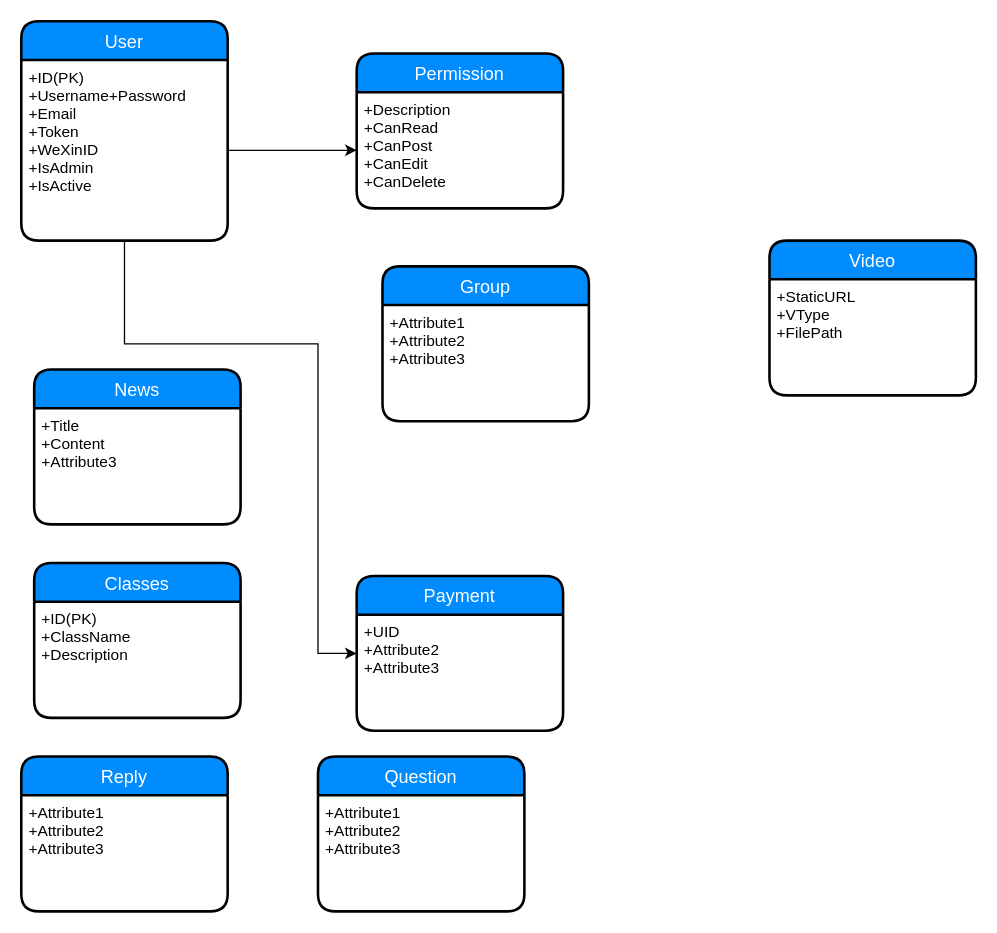
This is 51cloudclass.drawio from yangwawa0323/5117xue, a draw.io file, before an edit. Source tidied: cells renumbered, new cells numbered last; positions are measured from the earlier drawing's top-left corner, leaving out a move shared by most shapes. Both pictures are drawn from the tidied source at 129%, with x=0, y=0 at pixel (21, 21).
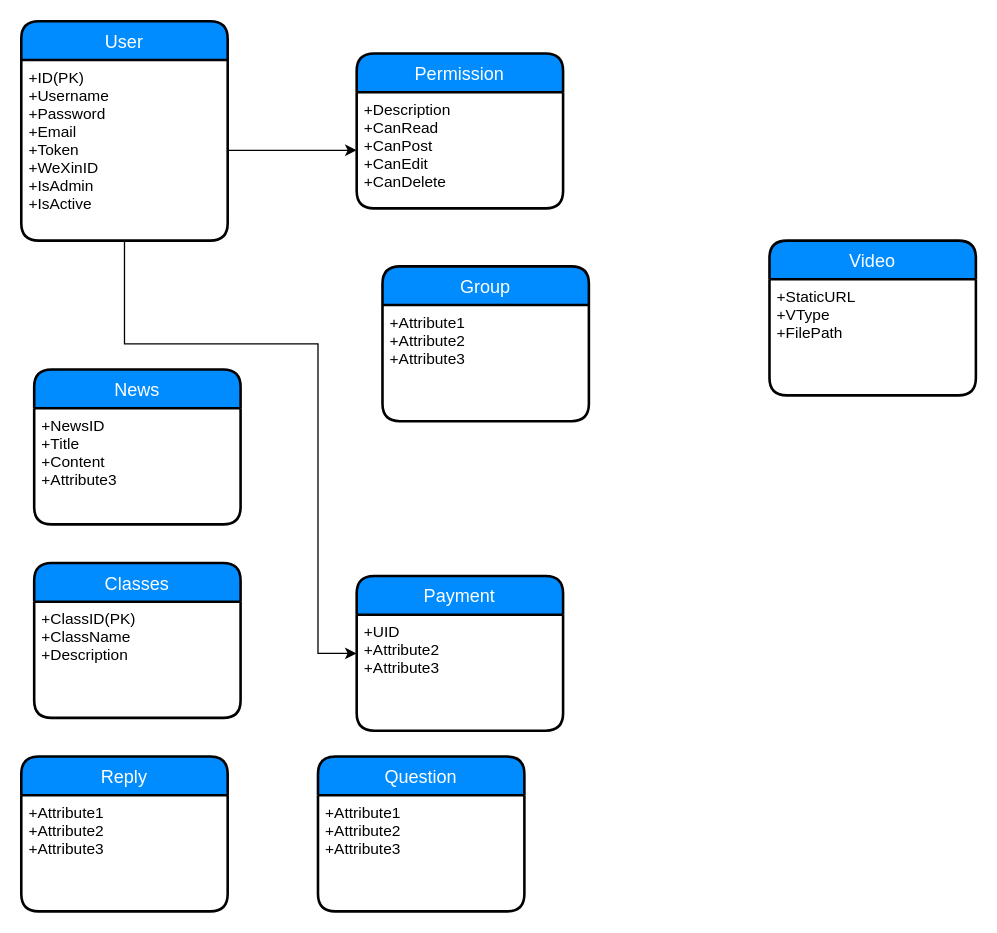
The same diagram, later.

The change refers to these unchanged cells:
```xml
<mxCell id="2" value="User" style="swimlane;horizontal=1;startSize=30;fillColor=#008cff;fontColor=#FFFFFF;rounded=1;fontSize=14;fontStyle=0;strokeWidth=2;shadow=0;dashed=0;align=center;" parent="1" vertex="1">
  <mxGeometry width="160" height="170" as="geometry" />
</mxCell>
<mxCell id="6" value="News" style="swimlane;horizontal=1;startSize=30;fillColor=#008cff;fontColor=#FFFFFF;rounded=1;fontSize=14;fontStyle=0;strokeWidth=2;shadow=0;dashed=0;align=center;" parent="1" vertex="1">
  <mxGeometry x="10" y="270" width="160" height="120" as="geometry" />
</mxCell>
<mxCell id="10" value="Classes" style="swimlane;horizontal=1;startSize=30;fillColor=#008cff;fontColor=#FFFFFF;rounded=1;fontSize=14;fontStyle=0;strokeWidth=2;shadow=0;dashed=0;align=center;" parent="1" vertex="1">
  <mxGeometry x="10" y="420" width="160" height="120" as="geometry" />
</mxCell>
```

Diff of the diagram source:
```diff
@@
-    <mxCell id="3" value="+ID(PK)&#10;+Username+Password&#10;+Email&#10;+Token&#10;+WeXinID&#10;+IsAdmin&#10;+IsActive&#10;&#10;" style="align=left;strokeColor=none;fillColor=none;spacingLeft=4;fontSize=12;verticalAlign=top;" parent="2" vertex="1">
+    <mxCell id="3" value="+ID(PK)&#10;+Username&#10;+Password&#10;+Email&#10;+Token&#10;+WeXinID&#10;+IsAdmin&#10;+IsActive&#10;&#10;" style="align=left;strokeColor=none;fillColor=none;spacingLeft=4;fontSize=12;verticalAlign=top;" parent="2" vertex="1">
       <mxGeometry y="30" width="160" height="140" as="geometry" />
     </mxCell>
@@
-    <mxCell id="7" value="+Title&#10;+Content&#10;+Attribute3" style="align=left;strokeColor=none;fillColor=none;spacingLeft=4;fontSize=12;verticalAlign=top;" parent="6" vertex="1">
+    <mxCell id="7" value="+NewsID&#10;+Title&#10;+Content&#10;+Attribute3" style="align=left;strokeColor=none;fillColor=none;spacingLeft=4;fontSize=12;verticalAlign=top;" parent="6" vertex="1">
       <mxGeometry y="30" width="160" height="90" as="geometry" />
     </mxCell>
@@
-    <mxCell id="11" value="+ID(PK)&#10;+ClassName&#10;+Description" style="align=left;strokeColor=none;fillColor=none;spacingLeft=4;fontSize=12;verticalAlign=top;" parent="10" vertex="1">
+    <mxCell id="11" value="+ClassID(PK)&#10;+ClassName&#10;+Description" style="align=left;strokeColor=none;fillColor=none;spacingLeft=4;fontSize=12;verticalAlign=top;" parent="10" vertex="1">
       <mxGeometry y="30" width="160" height="90" as="geometry" />
     </mxCell>
```
